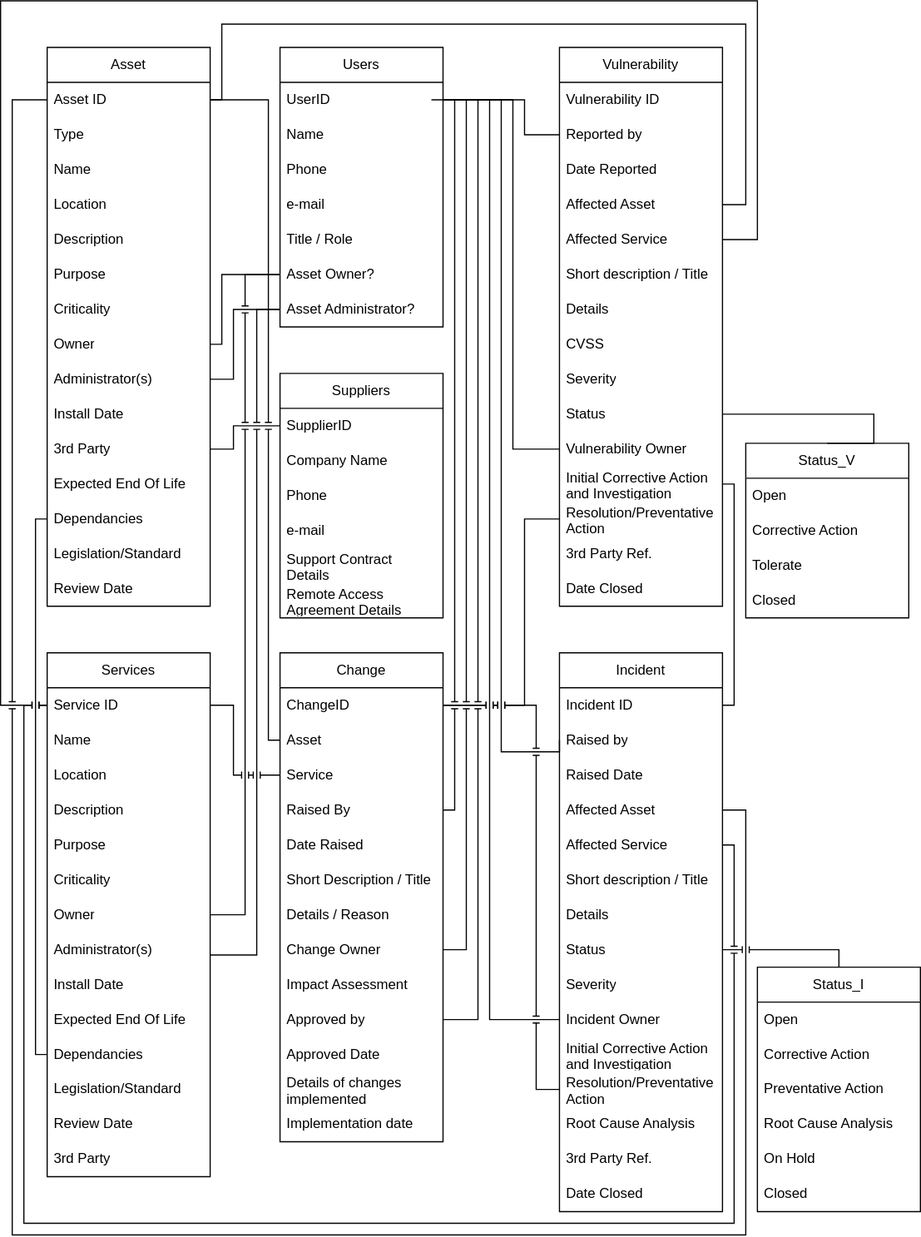
MCollins87/MSC_EnterpriseIT keeps this draw.io diagram as ITSM/Assignment1/Assets/CMDB_v3.svg. Above is the earlier version. Source tidied: cells renumbered, new cells last; positions are measured from the earlier drawing's top-left corner, leaving out a move shared by most shapes.
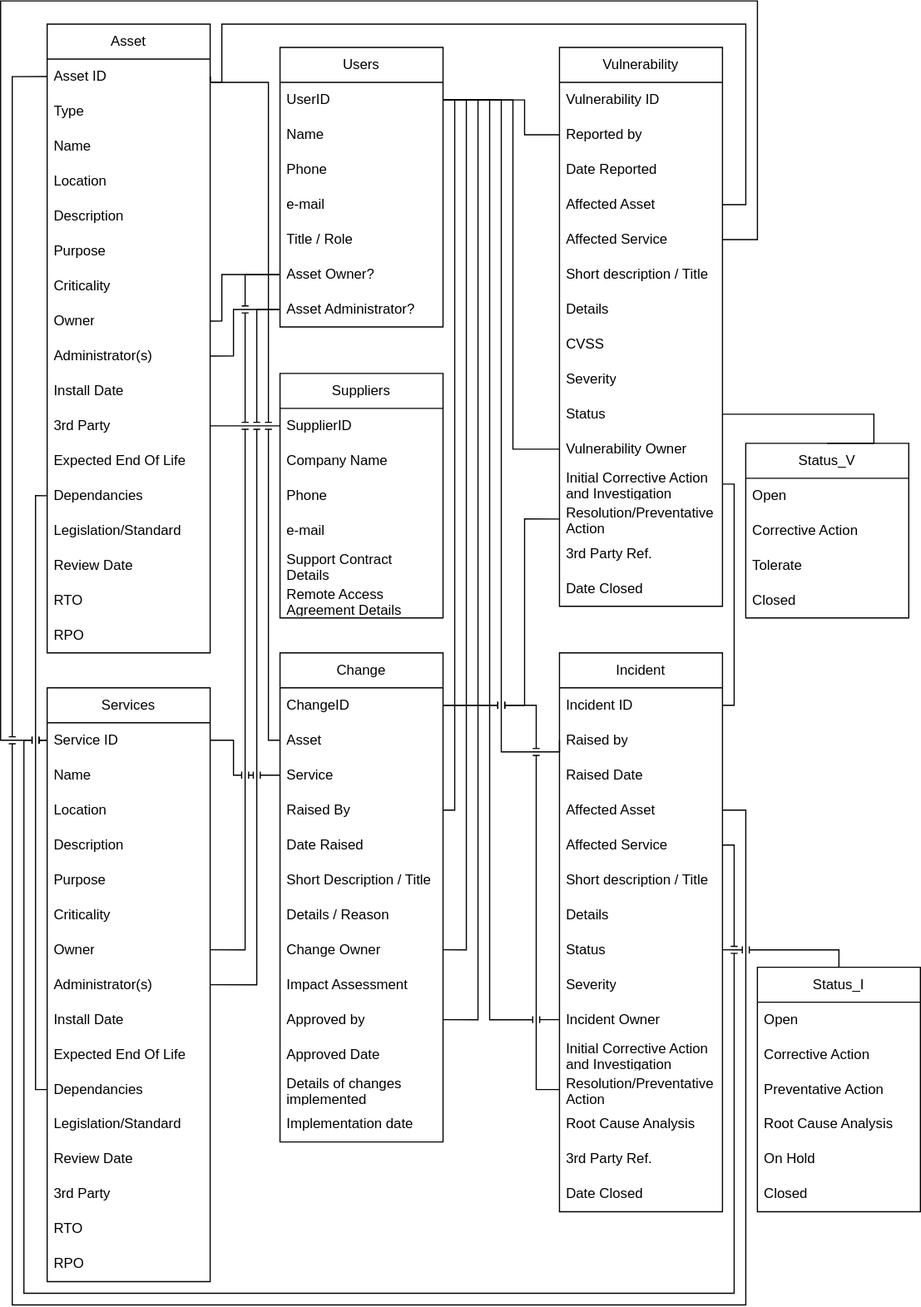
Later version of the same file.

Change to the diagram source:
```diff
@@ -27,7 +27,7 @@
       <mxGeometry y="210" width="140" height="30" as="geometry" />
     </mxCell>
     <mxCell id="10" value="Asset" style="swimlane;fontStyle=0;horizontal=1;startSize=30;whiteSpace=wrap;html=1;" parent="1" vertex="1">
-      <mxGeometry x="40" y="40" width="140" height="480" as="geometry" />
+      <mxGeometry x="40" y="20" width="140" height="540" as="geometry" />
     </mxCell>
     <mxCell id="11" value="Asset ID" style="text;strokeColor=none;fillColor=none;align=left;verticalAlign=middle;spacingLeft=4;spacingRight=4;overflow=hidden;points=[[0,0.5],[1,0.5]];portConstraint=eastwest;whiteSpace=wrap;html=1;" parent="10" vertex="1">
       <mxGeometry y="30" width="140" height="30" as="geometry" />
@@ -74,8 +74,14 @@
     <mxCell id="25" value="Review Date" style="text;strokeColor=none;fillColor=none;align=left;verticalAlign=middle;spacingLeft=4;spacingRight=4;overflow=hidden;whiteSpace=wrap;html=1;" parent="10" vertex="1">
       <mxGeometry y="450" width="140" height="30" as="geometry" />
     </mxCell>
+    <mxCell id="130" value="RTO" style="text;strokeColor=none;fillColor=none;align=left;verticalAlign=middle;spacingLeft=4;spacingRight=4;overflow=hidden;whiteSpace=wrap;html=1;" parent="10" vertex="1">
+      <mxGeometry y="480" width="140" height="30" as="geometry" />
+    </mxCell>
+    <mxCell id="131" value="RPO" style="text;strokeColor=none;fillColor=none;align=left;verticalAlign=middle;spacingLeft=4;spacingRight=4;overflow=hidden;whiteSpace=wrap;html=1;" parent="10" vertex="1">
+      <mxGeometry y="510" width="140" height="30" as="geometry" />
+    </mxCell>
     <mxCell id="26" value="Services" style="swimlane;fontStyle=0;horizontal=1;startSize=30;whiteSpace=wrap;html=1;" parent="1" vertex="1">
-      <mxGeometry x="40" y="560" width="140" height="450" as="geometry" />
+      <mxGeometry x="40" y="590" width="140" height="510" as="geometry" />
     </mxCell>
     <mxCell id="27" value="Service ID" style="text;strokeColor=none;fillColor=none;align=left;verticalAlign=middle;spacingLeft=4;spacingRight=4;overflow=hidden;points=[[0,0.5],[1,0.5]];portConstraint=eastwest;whiteSpace=wrap;html=1;" parent="26" vertex="1">
       <mxGeometry y="30" width="140" height="30" as="geometry" />
@@ -119,6 +125,12 @@
     <mxCell id="40" value="3rd Party" style="text;strokeColor=none;fillColor=none;align=left;verticalAlign=middle;spacingLeft=4;spacingRight=4;overflow=hidden;whiteSpace=wrap;html=1;" parent="26" vertex="1">
       <mxGeometry y="420" width="140" height="30" as="geometry" />
     </mxCell>
+    <mxCell id="132" value="RTO" style="text;strokeColor=none;fillColor=none;align=left;verticalAlign=middle;spacingLeft=4;spacingRight=4;overflow=hidden;whiteSpace=wrap;html=1;" parent="26" vertex="1">
+      <mxGeometry y="450" width="140" height="30" as="geometry" />
+    </mxCell>
+    <mxCell id="133" value="RPO" style="text;strokeColor=none;fillColor=none;align=left;verticalAlign=middle;spacingLeft=4;spacingRight=4;overflow=hidden;whiteSpace=wrap;html=1;" parent="26" vertex="1">
+      <mxGeometry y="480" width="140" height="30" as="geometry" />
+    </mxCell>
     <mxCell id="41" value="Incident" style="swimlane;fontStyle=0;horizontal=1;startSize=30;whiteSpace=wrap;html=1;" parent="1" vertex="1">
       <mxGeometry x="480" y="560" width="140" height="480" as="geometry" />
     </mxCell>
@@ -149,15 +161,6 @@
     <mxCell id="50" value="Severity" style="text;strokeColor=none;fillColor=none;align=left;verticalAlign=middle;spacingLeft=4;spacingRight=4;overflow=hidden;whiteSpace=wrap;html=1;" parent="41" vertex="1">
       <mxGeometry y="270" width="140" height="30" as="geometry" />
     </mxCell>
-    <mxCell id="51" style="edgeStyle=orthogonalEdgeStyle;rounded=0;jettySize=auto;html=1;exitX=1;exitY=0.5;exitDx=0;exitDy=0;entryX=0;entryY=0.5;entryDx=0;entryDy=0;endArrow=none;endFill=0;jumpStyle=line;" parent="41" edge="1" target="52">
-      <mxGeometry relative="1" as="geometry">
-        <mxPoint x="-110" y="-475" as="sourcePoint" />
-        <Array as="points">
-          <mxPoint x="-60" y="-475" />
-          <mxPoint x="-60" y="315" />
-        </Array>
-      </mxGeometry>
-    </mxCell>
     <mxCell id="52" value="Incident Owner" style="text;strokeColor=none;fillColor=none;align=left;verticalAlign=middle;spacingLeft=4;spacingRight=4;overflow=hidden;points=[[0,0.5],[1,0.5]];portConstraint=eastwest;whiteSpace=wrap;html=1;" parent="41" vertex="1">
       <mxGeometry y="300" width="140" height="30" as="geometry" />
     </mxCell>
@@ -281,11 +284,11 @@
     <mxCell id="92" value="Closed" style="text;strokeColor=none;fillColor=none;align=left;verticalAlign=middle;spacingLeft=4;spacingRight=4;overflow=hidden;whiteSpace=wrap;html=1;" parent="88" vertex="1">
       <mxGeometry y="120" width="140" height="30" as="geometry" />
     </mxCell>
-    <mxCell id="93" style="edgeStyle=orthogonalEdgeStyle;rounded=0;jettySize=auto;html=1;exitX=0;exitY=0.5;exitDx=0;exitDy=0;endArrow=none;endFill=0;" parent="1" edge="1" source="8" target="18">
+    <mxCell id="93" style="edgeStyle=orthogonalEdgeStyle;rounded=0;jettySize=auto;html=1;exitX=0;exitY=0.5;exitDx=0;exitDy=0;endArrow=none;endFill=0;entryX=1;entryY=0.5;entryDx=0;entryDy=0;" parent="1" edge="1" source="8" target="18">
       <mxGeometry relative="1" as="geometry">
         <Array as="points">
           <mxPoint x="190" y="235" />
-          <mxPoint x="190" y="295" />
+          <mxPoint x="190" y="275" />
         </Array>
       </mxGeometry>
     </mxCell>
@@ -293,40 +296,39 @@
       <mxGeometry relative="1" as="geometry">
         <Array as="points">
           <mxPoint x="200" y="265" />
-          <mxPoint x="200" y="325" />
+          <mxPoint x="200" y="305" />
         </Array>
       </mxGeometry>
     </mxCell>
     <mxCell id="95" style="edgeStyle=orthogonalEdgeStyle;rounded=0;jettySize=auto;html=1;exitX=1;exitY=0.5;exitDx=0;exitDy=0;endArrow=none;endFill=0;" parent="1" edge="1" source="21" target="82">
       <mxGeometry relative="1" as="geometry">
         <Array as="points">
-          <mxPoint x="200" y="385" />
-          <mxPoint x="200" y="365" />
+          <mxPoint x="194" y="365" />
+          <mxPoint x="194" y="365" />
         </Array>
       </mxGeometry>
     </mxCell>
     <mxCell id="96" style="edgeStyle=orthogonalEdgeStyle;rounded=0;jettySize=auto;html=1;exitX=0;exitY=0.5;exitDx=0;exitDy=0;entryX=0;entryY=0.5;entryDx=0;entryDy=0;endArrow=none;endFill=0;" parent="1" edge="1" source="23" target="37">
       <mxGeometry relative="1" as="geometry">
         <Array as="points">
-          <mxPoint x="30" y="445" />
-          <mxPoint x="30" y="905" />
+          <mxPoint x="30" y="425" />
+          <mxPoint x="30" y="935" />
         </Array>
       </mxGeometry>
     </mxCell>
-    <mxCell id="97" style="edgeStyle=orthogonalEdgeStyle;rounded=0;jettySize=auto;html=1;exitX=0;exitY=0.5;exitDx=0;exitDy=0;endArrow=none;endFill=0;jumpStyle=line;" parent="1" edge="1" source="8" target="33">
+    <mxCell id="97" style="edgeStyle=orthogonalEdgeStyle;rounded=0;jettySize=auto;html=1;exitX=0;exitY=0.5;exitDx=0;exitDy=0;endArrow=none;endFill=0;jumpStyle=line;entryX=1;entryY=0.5;entryDx=0;entryDy=0;" parent="1" edge="1" source="8" target="33">
       <mxGeometry relative="1" as="geometry">
         <Array as="points">
           <mxPoint x="210" y="235" />
-          <mxPoint x="210" y="785" />
+          <mxPoint x="210" y="815" />
         </Array>
       </mxGeometry>
     </mxCell>
-    <mxCell id="98" style="edgeStyle=orthogonalEdgeStyle;rounded=0;jettySize=auto;html=1;entryX=1;entryY=0.5;entryDx=0;entryDy=0;endArrow=none;endFill=0;jumpStyle=line;exitX=0;exitY=0.5;exitDx=0;exitDy=0;" parent="1" edge="1" source="9">
+    <mxCell id="98" style="edgeStyle=orthogonalEdgeStyle;rounded=0;jettySize=auto;html=1;entryX=1;entryY=0.5;entryDx=0;entryDy=0;endArrow=none;endFill=0;jumpStyle=line;exitX=0;exitY=0.5;exitDx=0;exitDy=0;" parent="1" edge="1" source="9" target="34">
       <mxGeometry relative="1" as="geometry">
-        <mxPoint x="180" y="819.5" as="targetPoint" />
         <Array as="points">
           <mxPoint x="220" y="265" />
-          <mxPoint x="220" y="820" />
+          <mxPoint x="220" y="845" />
         </Array>
       </mxGeometry>
     </mxCell>
@@ -344,7 +346,8 @@
           <mxPoint x="640" y="175" />
           <mxPoint x="640" y="20" />
           <mxPoint x="190" y="20" />
-          <mxPoint x="190" y="85" />
+          <mxPoint x="190" y="70" />
+          <mxPoint x="180" y="70" />
         </Array>
       </mxGeometry>
     </mxCell>
@@ -354,7 +357,7 @@
           <mxPoint x="650" y="205" />
           <mxPoint x="650" />
           <mxPoint />
-          <mxPoint y="605" />
+          <mxPoint y="635" />
         </Array>
       </mxGeometry>
     </mxCell>
@@ -394,9 +397,9 @@
       <mxGeometry relative="1" as="geometry">
         <Array as="points">
           <mxPoint x="640" y="695" />
-          <mxPoint x="640" y="1060" />
-          <mxPoint x="10" y="1060" />
-          <mxPoint x="10" y="85" />
+          <mxPoint x="640" y="1120" />
+          <mxPoint x="10" y="1120" />
+          <mxPoint x="10" y="65" />
         </Array>
       </mxGeometry>
     </mxCell>
@@ -487,7 +490,8 @@
     <mxCell id="127" style="edgeStyle=orthogonalEdgeStyle;rounded=0;jettySize=auto;html=1;exitX=1;exitY=0.5;exitDx=0;exitDy=0;entryX=0;entryY=0.5;entryDx=0;entryDy=0;jumpStyle=line;endArrow=none;endFill=0;" parent="1" edge="1" source="11" target="110">
       <mxGeometry relative="1" as="geometry">
         <Array as="points">
-          <mxPoint x="230" y="85" />
+          <mxPoint x="180" y="70" />
+          <mxPoint x="230" y="70" />
           <mxPoint x="230" y="635" />
         </Array>
       </mxGeometry>
@@ -495,7 +499,7 @@
     <mxCell id="128" style="edgeStyle=orthogonalEdgeStyle;rounded=0;jettySize=auto;html=1;exitX=1;exitY=0.5;exitDx=0;exitDy=0;entryX=0;entryY=0.5;entryDx=0;entryDy=0;endArrow=none;endFill=0;jumpStyle=line;" parent="1" edge="1" source="27" target="111">
       <mxGeometry relative="1" as="geometry">
         <Array as="points">
-          <mxPoint x="200" y="605" />
+          <mxPoint x="200" y="635" />
           <mxPoint x="200" y="665" />
         </Array>
       </mxGeometry>
@@ -504,11 +508,19 @@
       <mxGeometry relative="1" as="geometry">
         <Array as="points">
           <mxPoint x="630" y="725" />
-          <mxPoint x="630" y="1050" />
-          <mxPoint x="20" y="1050" />
-          <mxPoint x="20" y="605" />
+          <mxPoint x="630" y="1110" />
+          <mxPoint x="20" y="1110" />
+          <mxPoint x="20" y="635" />
         </Array>
       </mxGeometry>
     </mxCell>
+    <mxCell id="51" style="edgeStyle=orthogonalEdgeStyle;rounded=0;jettySize=auto;html=1;entryX=0;entryY=0.5;entryDx=0;entryDy=0;endArrow=none;endFill=0;jumpStyle=line;exitX=1;exitY=0.5;exitDx=0;exitDy=0;" parent="1" edge="1" source="3" target="52">
+      <mxGeometry relative="1" as="geometry">
+        <Array as="points">
+          <mxPoint x="420" y="85" />
+          <mxPoint x="420" y="875" />
+        </Array>
+      </mxGeometry>
+    </mxCell>
   </root>
 </mxGraphModel>
```
